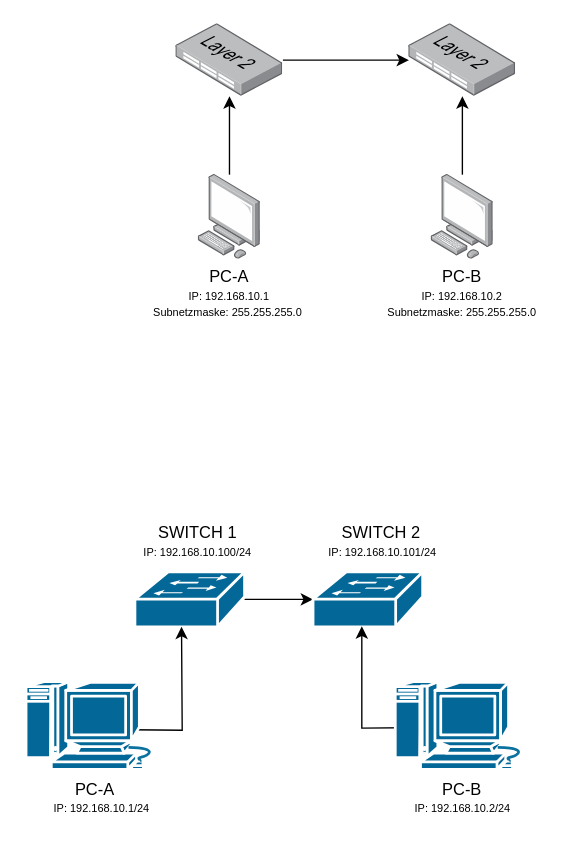
Earlier version of the draw.io diagram Ubung1 Topologie1.drawio (PLAD26/OSI-Modell). Source tidied: cells renumbered, new cells numbered last; positions are measured from the earlier drawing's top-left corner, leaving out a move shared by most shapes. Both pictures are drawn from the tidied source at 137%, with x=0, y=0 at pixel (25, 23).
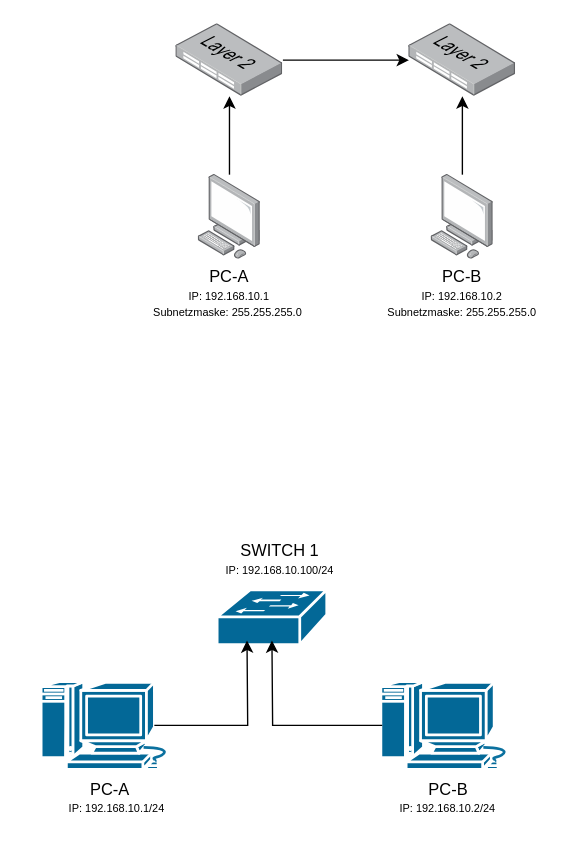
The same page after the edit.

The edit, as a diff of the source:
```diff
@@
-    <mxCell id="5" style="edgeStyle=orthogonalEdgeStyle;rounded=0;jettySize=auto;html=1;" parent="1" edge="1" source="6" target="7">
-      <mxGeometry relative="1" as="geometry" />
-    </mxCell>
     <mxCell id="6" style="strokeColor=#ffffff;sketch=0;html=1;dashed=0;fillColor=#036897;strokeWidth=2;verticalLabelPosition=bottom;verticalAlign=top;align=center;outlineConnect=0;shape=mxgraph.cisco.switches.workgroup_switch;" parent="1" vertex="1">
-      <mxGeometry x="80" y="400" width="80" height="40" as="geometry" />
+      <mxGeometry x="140" y="413" width="80" height="40" as="geometry" />
     </mxCell>
-    <mxCell id="7" style="strokeColor=#ffffff;sketch=0;html=1;dashed=0;fillColor=#036897;strokeWidth=2;verticalLabelPosition=bottom;verticalAlign=top;align=center;outlineConnect=0;shape=mxgraph.cisco.switches.workgroup_switch;" parent="1" vertex="1">
-      <mxGeometry x="210" y="400" width="80" height="40" as="geometry" />
-    </mxCell>
@@
-    <mxCell id="16" style="edgeStyle=orthogonalEdgeStyle;rounded=0;orthogonalLoop=1;jettySize=auto;html=1;" parent="1" edge="1">
-      <mxGeometry relative="1" as="geometry">
-        <mxPoint x="58.5" y="515" as="sourcePoint" />
-        <mxPoint x="114" y="440" as="targetPoint" />
-      </mxGeometry>
-    </mxCell>
@@
-    <mxCell id="19" style="edgeStyle=orthogonalEdgeStyle;rounded=0;jettySize=auto;html=1;entryX=0.445;entryY=0.992;entryDx=0;entryDy=0;entryPerimeter=0;" parent="1" edge="1" target="7">
-      <mxGeometry relative="1" as="geometry">
-        <mxPoint x="296.2" y="513.5" as="sourcePoint" />
-      </mxGeometry>
-    </mxCell>
     <mxCell id="20" style="sketch=0;html=1;dashed=0;fillColor=#036897;strokeColor=#ffffff;strokeWidth=2;verticalLabelPosition=bottom;verticalAlign=top;align=center;outlineConnect=0;shape=mxgraph.cisco.computers_and_peripherals.macintosh;" parent="1" vertex="1">
-      <mxGeometry x="269.5" y="480" width="99" height="64" as="geometry" />
+      <mxGeometry x="259" y="480" width="99" height="64" as="geometry" />
     </mxCell>
     <mxCell id="21" style="sketch=0;html=1;dashed=0;fillColor=#036897;strokeColor=#ffffff;strokeWidth=2;verticalLabelPosition=bottom;verticalAlign=top;align=center;outlineConnect=0;shape=mxgraph.cisco.computers_and_peripherals.macintosh;" parent="1" vertex="1">
-      <mxGeometry y="480" width="99" height="64" as="geometry" />
+      <mxGeometry x="11" y="480" width="99" height="64" as="geometry" />
     </mxCell>
     <mxCell id="22" value="PC-A" style="text;html=1;whiteSpace=wrap;strokeColor=none;fillColor=none;align=center;verticalAlign=middle;rounded=0;" parent="1" vertex="1">
-      <mxGeometry x="20.5" y="544" width="60" height="30" as="geometry" />
+      <mxGeometry x="31.5" y="544" width="60" height="30" as="geometry" />
     </mxCell>
     <mxCell id="23" value="&lt;font style=&quot;font-size: 8px;&quot;&gt;IP: 192.168.10.1/24&lt;/font&gt;" style="text;html=1;whiteSpace=wrap;strokeColor=none;fillColor=none;align=center;verticalAlign=middle;rounded=0;" parent="1" vertex="1">
-      <mxGeometry x="15.5" y="557" width="79.5" height="30" as="geometry" />
+      <mxGeometry x="26.5" y="557" width="79.5" height="30" as="geometry" />
     </mxCell>
     <mxCell id="24" value="&lt;font style=&quot;font-size: 8px;&quot;&gt;IP: 192.168.10.2/24&lt;/font&gt;" style="text;html=1;whiteSpace=wrap;strokeColor=none;fillColor=none;align=center;verticalAlign=middle;rounded=0;" parent="1" vertex="1">
-      <mxGeometry x="274.8" y="557" width="89" height="30" as="geometry" />
+      <mxGeometry x="264.3" y="557" width="89" height="30" as="geometry" />
     </mxCell>
     <mxCell id="25" value="PC-B" style="text;html=1;whiteSpace=wrap;strokeColor=none;fillColor=none;align=center;verticalAlign=middle;rounded=0;" parent="1" vertex="1">
-      <mxGeometry x="289.3" y="544" width="60" height="30" as="geometry" />
+      <mxGeometry x="278.8" y="544" width="60" height="30" as="geometry" />
     </mxCell>
     <mxCell id="26" value="SWITCH 1" style="text;html=1;whiteSpace=wrap;strokeColor=none;fillColor=none;align=center;verticalAlign=middle;rounded=0;" parent="1" vertex="1">
-      <mxGeometry x="95.8" y="357" width="60" height="30" as="geometry" />
+      <mxGeometry x="155.8" y="370" width="60" height="30" as="geometry" />
     </mxCell>
     <mxCell id="27" value="&lt;font style=&quot;font-size: 8px;&quot;&gt;IP: 192.168.10.100/24&lt;/font&gt;" style="text;html=1;whiteSpace=wrap;strokeColor=none;fillColor=none;align=center;verticalAlign=middle;rounded=0;" parent="1" vertex="1">
-      <mxGeometry x="83.8" y="370" width="84" height="30" as="geometry" />
+      <mxGeometry x="143.8" y="383" width="84" height="30" as="geometry" />
     </mxCell>
-    <mxCell id="28" value="SWITCH 2" style="text;html=1;whiteSpace=wrap;strokeColor=none;fillColor=none;align=center;verticalAlign=middle;rounded=0;" parent="1" vertex="1">
-      <mxGeometry x="230" y="357" width="60" height="30" as="geometry" />
-    </mxCell>
-    <mxCell id="29" value="&lt;font style=&quot;font-size: 8px;&quot;&gt;IP: 192.168.10.101/24&lt;/font&gt;" style="text;html=1;whiteSpace=wrap;strokeColor=none;fillColor=none;align=center;verticalAlign=middle;rounded=0;" parent="1" vertex="1">
-      <mxGeometry x="218" y="370" width="86.3" height="30" as="geometry" />
-    </mxCell>
+    <mxCell id="30" style="edgeStyle=orthogonalEdgeStyle;rounded=0;jettySize=auto;html=1;exitX=0.84;exitY=0.5;exitDx=0;exitDy=0;exitPerimeter=0;entryX=0.125;entryY=0.925;entryDx=0;entryDy=0;entryPerimeter=0;" parent="1" edge="1" source="21">
+      <mxGeometry relative="1" as="geometry">
+        <mxPoint x="161.8" y="450" as="targetPoint" />
+      </mxGeometry>
+    </mxCell>
+    <mxCell id="31" style="edgeStyle=orthogonalEdgeStyle;rounded=0;jettySize=auto;html=1;exitX=0.015;exitY=0.5;exitDx=0;exitDy=0;exitPerimeter=0;" parent="1" edge="1" source="20">
+      <mxGeometry relative="1" as="geometry">
+        <mxPoint x="180" y="450" as="targetPoint" />
+      </mxGeometry>
+    </mxCell>
```
